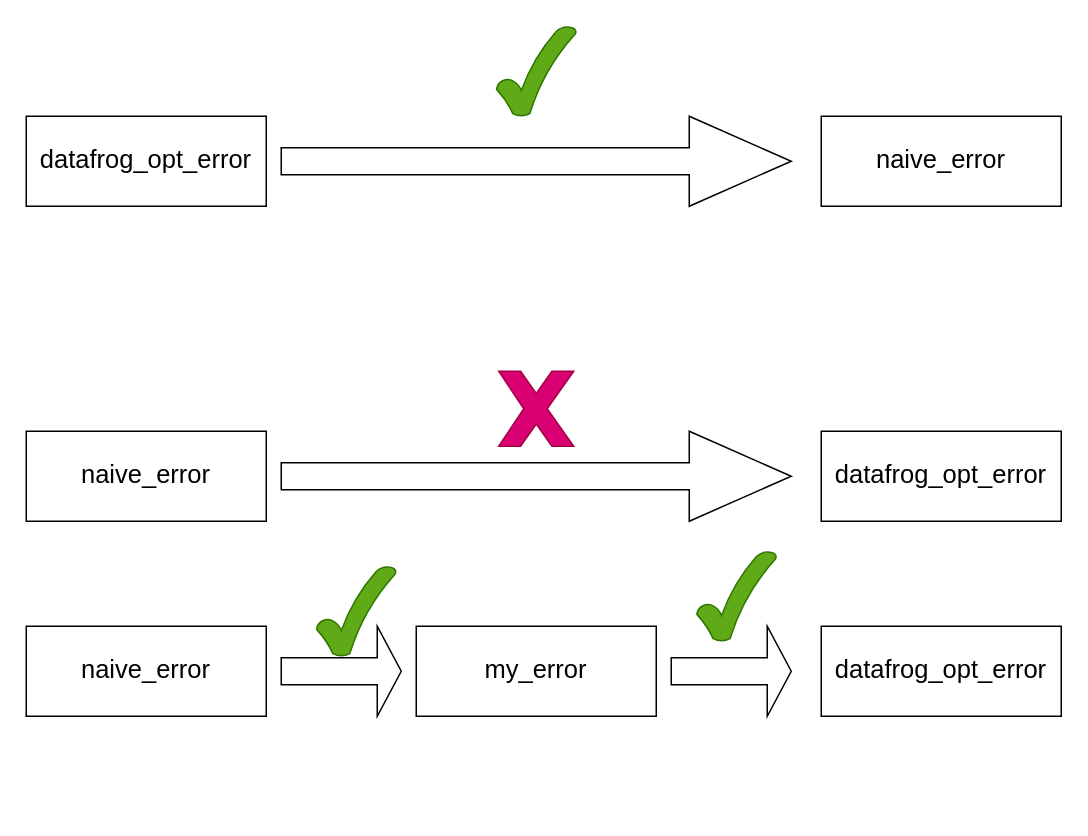
Above: presentation/myerror.drawio in lengyijun/polonius-proof (draw.io), before the change. Source tidied: cells renumbered, new cells numbered last; positions are measured from the earlier drawing's top-left corner, leaving out a move shared by most shapes. Both pictures are drawn from the tidied source at 150%, with x=0, y=0 at pixel (26, 26).
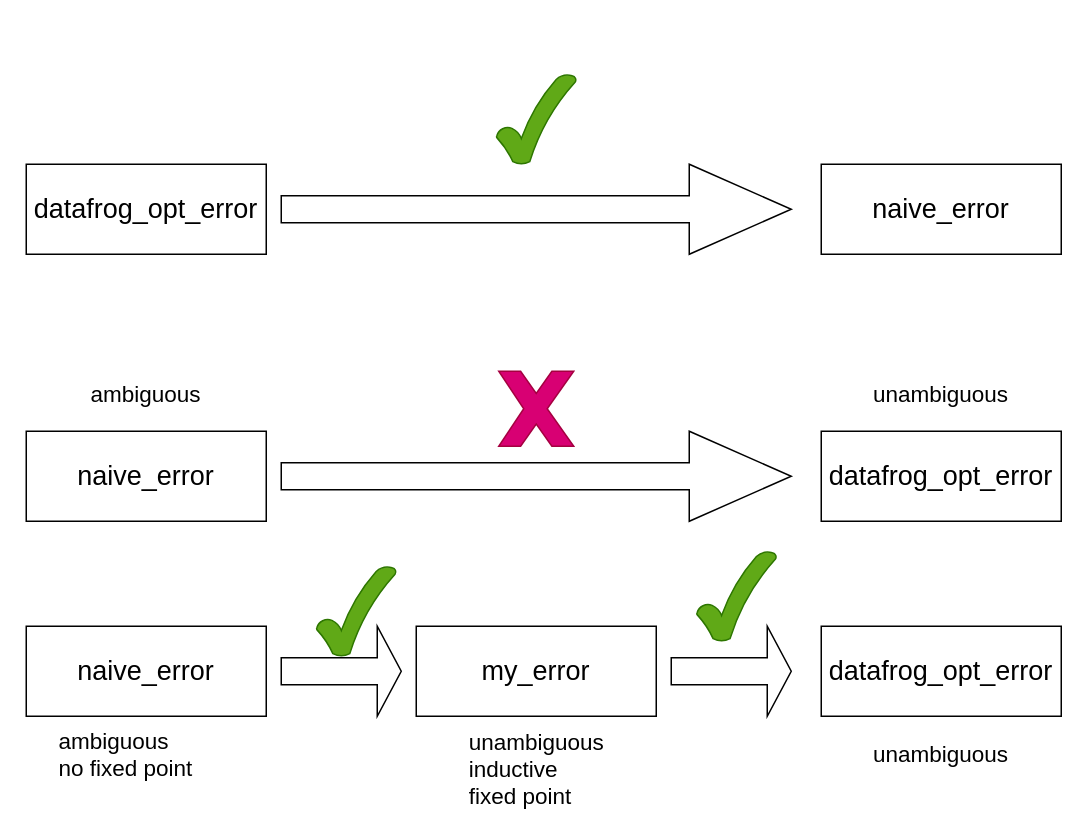
After the change.

Diff of the diagram source:
```diff
@@
-    <mxCell id="2" value="naive_error" style="rounded=0;whiteSpace=wrap;html=1;fontSize=17;" parent="1" vertex="1">
+    <mxCell id="2" value="naive_error" style="rounded=0;whiteSpace=wrap;html=1;fontSize=18;" parent="1" vertex="1">
       <mxGeometry y="270" width="160" height="60" as="geometry" />
     </mxCell>
-    <mxCell id="3" value="datafrog_opt_error" style="rounded=0;whiteSpace=wrap;html=1;fontSize=17;" parent="1" vertex="1">
+    <mxCell id="3" value="datafrog_opt_error" style="rounded=0;whiteSpace=wrap;html=1;fontSize=18;" parent="1" vertex="1">
       <mxGeometry x="530" y="270" width="160" height="60" as="geometry" />
     </mxCell>
@@
-    <mxCell id="5" value="naive_error" style="rounded=0;whiteSpace=wrap;html=1;fontSize=17;" parent="1" vertex="1">
+    <mxCell id="5" value="naive_error" style="rounded=0;whiteSpace=wrap;html=1;fontSize=18;" parent="1" vertex="1">
       <mxGeometry y="400" width="160" height="60" as="geometry" />
     </mxCell>
-    <mxCell id="6" value="datafrog_opt_error" style="rounded=0;whiteSpace=wrap;html=1;fontSize=17;" parent="1" vertex="1">
+    <mxCell id="6" value="datafrog_opt_error" style="rounded=0;whiteSpace=wrap;html=1;fontSize=18;" parent="1" vertex="1">
       <mxGeometry x="530" y="400" width="160" height="60" as="geometry" />
     </mxCell>
@@
-    <mxCell id="9" value="my_error" style="rounded=0;whiteSpace=wrap;html=1;fontSize=17;" parent="1" vertex="1">
+    <mxCell id="9" value="my_error" style="rounded=0;whiteSpace=wrap;html=1;fontSize=18;" parent="1" vertex="1">
       <mxGeometry x="260" y="400" width="160" height="60" as="geometry" />
     </mxCell>
@@
     <mxCell id="11" style="verticalLabelPosition=bottom;verticalAlign=top;html=1;shape=mxgraph.basic.tick;fontSize=17;fillColor=#60a917;strokeColor=#2D7600;fontColor=#ffffff;" parent="1" vertex="1">
-      <mxGeometry x="313.5" width="53" height="60" as="geometry" />
+      <mxGeometry x="313.5" y="32" width="53" height="60" as="geometry" />
     </mxCell>
@@
-    <mxCell id="13" value="datafrog_opt_error" style="rounded=0;whiteSpace=wrap;html=1;fontSize=17;" parent="1" vertex="1">
-      <mxGeometry y="60" width="160" height="60" as="geometry" />
+    <mxCell id="13" value="datafrog_opt_error" style="rounded=0;whiteSpace=wrap;html=1;fontSize=18;" parent="1" vertex="1">
+      <mxGeometry y="92" width="160" height="60" as="geometry" />
     </mxCell>
-    <mxCell id="14" value="naive_error" style="rounded=0;whiteSpace=wrap;html=1;fontSize=17;" parent="1" vertex="1">
-      <mxGeometry x="530" y="60" width="160" height="60" as="geometry" />
+    <mxCell id="14" value="naive_error" style="rounded=0;whiteSpace=wrap;html=1;fontSize=18;" parent="1" vertex="1">
+      <mxGeometry x="530" y="92" width="160" height="60" as="geometry" />
     </mxCell>
     <mxCell id="15" style="shape=singleArrow;whiteSpace=wrap;html=1;fontSize=17;" parent="1" vertex="1">
-      <mxGeometry x="170" y="60" width="340" height="60" as="geometry" />
+      <mxGeometry x="170" y="92" width="340" height="60" as="geometry" />
     </mxCell>
@@
+    <mxCell id="17" value="ambiguous" style="text;html=1;strokeColor=none;fillColor=none;align=center;verticalAlign=middle;whiteSpace=wrap;rounded=0;fontSize=15;" parent="1" vertex="1">
+      <mxGeometry x="40" y="230" width="80" height="30" as="geometry" />
+    </mxCell>
+    <mxCell id="18" value="unambiguous" style="text;html=1;strokeColor=none;fillColor=none;align=center;verticalAlign=middle;whiteSpace=wrap;rounded=0;fontSize=15;" parent="1" vertex="1">
+      <mxGeometry x="555" y="230" width="110" height="30" as="geometry" />
+    </mxCell>
+    <mxCell id="19" value="unambiguous" style="text;html=1;strokeColor=none;fillColor=none;align=center;verticalAlign=middle;whiteSpace=wrap;rounded=0;fontSize=15;" parent="1" vertex="1">
+      <mxGeometry x="555" y="470" width="110" height="30" as="geometry" />
+    </mxCell>
+    <mxCell id="20" value="&lt;div style=&quot;text-align: left; font-size: 15px;&quot;&gt;&lt;span style=&quot;font-size: 15px;&quot;&gt;unambiguous&lt;/span&gt;&lt;/div&gt;&lt;div style=&quot;text-align: left; font-size: 15px;&quot;&gt;&lt;span style=&quot;font-size: 15px;&quot;&gt;inductive&lt;/span&gt;&lt;/div&gt;&lt;div style=&quot;text-align: left; font-size: 15px;&quot;&gt;&lt;span style=&quot;font-size: 15px;&quot;&gt;fixed point&lt;/span&gt;&lt;/div&gt;" style="text;html=1;strokeColor=none;fillColor=none;align=center;verticalAlign=middle;whiteSpace=wrap;rounded=0;fontSize=15;" parent="1" vertex="1">
+      <mxGeometry x="272.5" y="470" width="135" height="50" as="geometry" />
+    </mxCell>
+    <mxCell id="21" value="ambiguous&lt;br style=&quot;font-size: 15px;&quot;&gt;no fixed point" style="text;html=1;strokeColor=none;fillColor=none;align=left;verticalAlign=middle;whiteSpace=wrap;rounded=0;fontSize=15;" parent="1" vertex="1">
+      <mxGeometry x="20" y="470" width="120" height="30" as="geometry" />
+    </mxCell>
```
